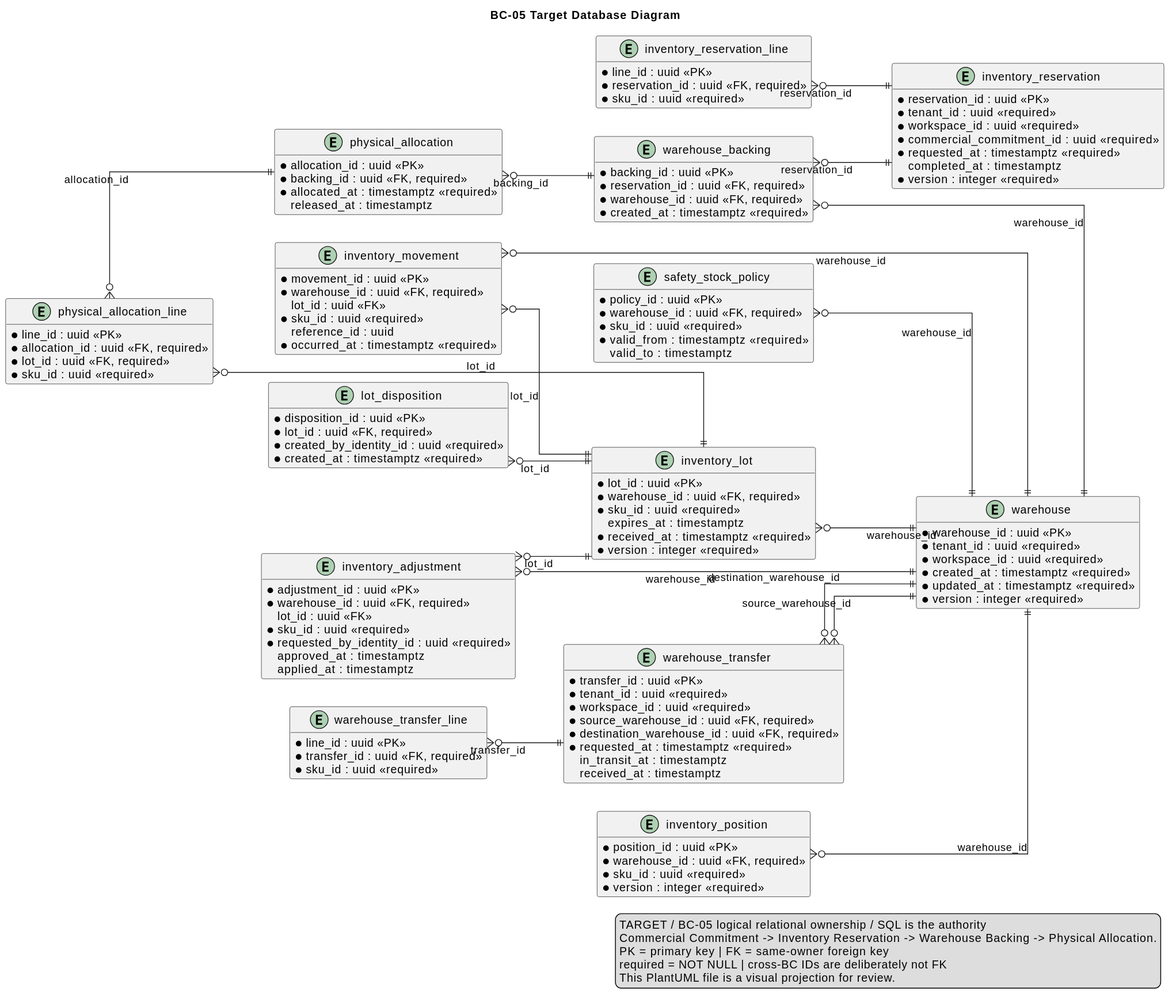
The PlantUML diagram report/assets/chapter-2/tactical/BC-05/database-diagram.svg in nexa-suite/mobile-report, before a commit.
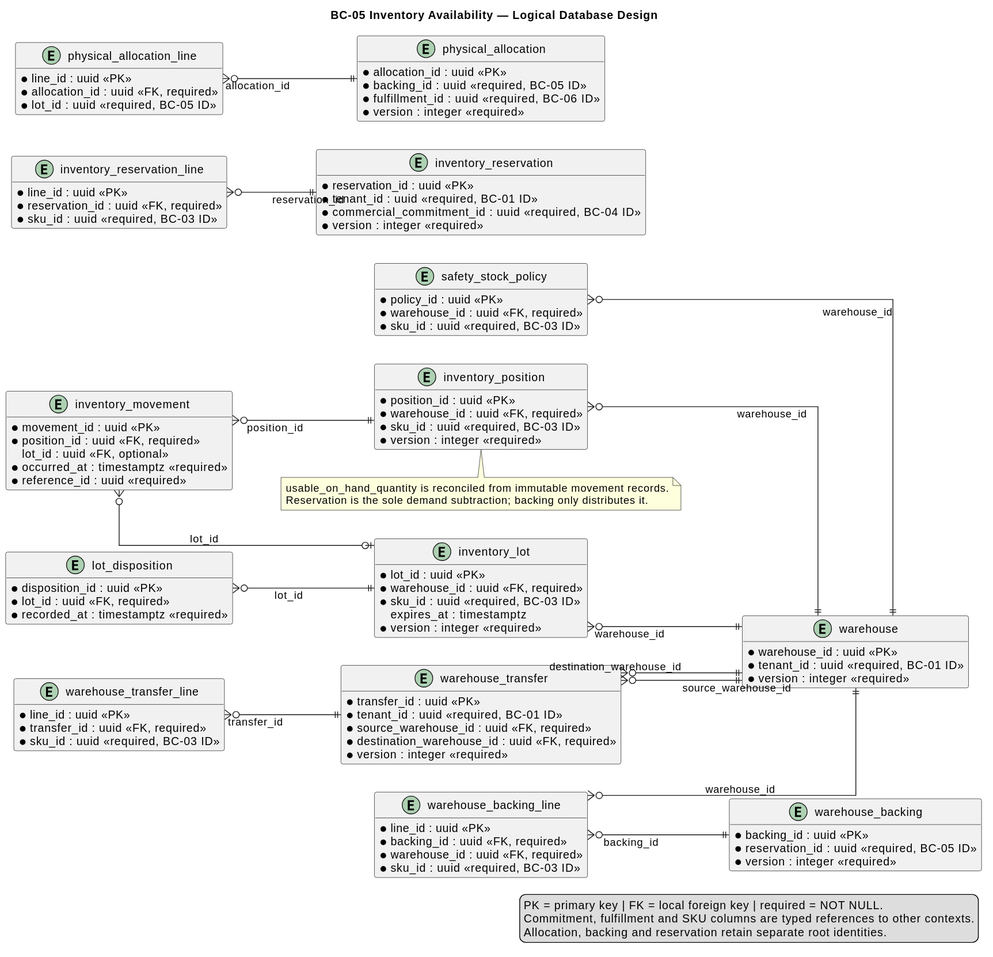
The same file after the commit.

Diff of the diagram source:
```diff
@@ -1,5 +1,5 @@
 @startuml
-title BC-05 Target Database Diagram
+title BC-05 Inventory Availability — Logical Database Design
 left to right direction
 hide methods
 skinparam shadowing false
@@ -10,174 +10,144 @@
   FontColor #0F172A
 }
 
-entity "warehouse" as t_warehouse {
+entity "warehouse" as warehouse {
   * warehouse_id : uuid <<PK>>
-  * tenant_id : uuid <<required>>
-  * workspace_id : uuid <<required>>
-  * code : varchar(80) <<required>>
-  * name : varchar(160) <<required>>
+  * tenant_id : uuid <<required, BC-01 ID>>
+  * code : varchar(80) <<required, unique>>
   * status : varchar(32) <<required>>
-  * timezone : varchar(80) <<required>>
-  * created_at : timestamptz <<required>>
-  * updated_at : timestamptz <<required>>
   * version : integer <<required>>
 }
 
-entity "inventory_lot" as t_inventory_lot {
+entity "safety_stock_policy" as safety_stock_policy {
+  * policy_id : uuid <<PK>>
+  * warehouse_id : uuid <<FK, required>>
+  * sku_id : uuid <<required, BC-03 ID>>
+  * minimum_quantity : numeric(19,6) <<required>>
+}
+
+entity "inventory_position" as inventory_position {
+  * position_id : uuid <<PK>>
+  * warehouse_id : uuid <<FK, required>>
+  * sku_id : uuid <<required, BC-03 ID>>
+  * usable_on_hand_quantity : numeric(19,6) <<required>>
+  * active_reservation_quantity : numeric(19,6) <<required>>
+  * version : integer <<required>>
+    unique(warehouse_id, sku_id)
+}
+
+entity "inventory_movement" as inventory_movement {
+  * movement_id : uuid <<PK>>
+  * position_id : uuid <<FK, required>>
+    lot_id : uuid <<FK, optional>>
+  * kind : varchar(32) <<required>>
+  * quantity : numeric(19,6) <<required>>
+  * occurred_at : timestamptz <<required>>
+  * reference_type : varchar(80) <<required>>
+  * reference_id : uuid <<required>>
+}
+
+entity "inventory_lot" as inventory_lot {
   * lot_id : uuid <<PK>>
   * warehouse_id : uuid <<FK, required>>
-  * sku_id : uuid <<required>>
+  * sku_id : uuid <<required, BC-03 ID>>
   * lot_code : varchar(120) <<required>>
     expires_at : timestamptz
   * on_hand_quantity : numeric(19,6) <<required>>
-  * held_quantity : numeric(19,6) <<required>>
   * status : varchar(32) <<required>>
-  * received_at : timestamptz <<required>>
   * version : integer <<required>>
 }
 
-entity "inventory_position" as t_inventory_position {
-  * position_id : uuid <<PK>>
-  * warehouse_id : uuid <<FK, required>>
-  * sku_id : uuid <<required>>
-  * on_hand_quantity : numeric(19,6) <<required>>
-  * reserved_quantity : numeric(19,6) <<required>>
-  * held_quantity : numeric(19,6) <<required>>
-  * version : integer <<required>>
-}
-
-entity "inventory_movement" as t_inventory_movement {
-  * movement_id : uuid <<PK>>
-  * warehouse_id : uuid <<FK, required>>
-    lot_id : uuid <<FK>>
-  * sku_id : uuid <<required>>
-  * kind : varchar(32) <<required>>
-  * quantity : numeric(19,6) <<required>>
-    reference_type : varchar(80)
-    reference_id : uuid
-  * occurred_at : timestamptz <<required>>
-}
-
-entity "safety_stock_policy" as t_safety_stock_policy {
-  * policy_id : uuid <<PK>>
-  * warehouse_id : uuid <<FK, required>>
-  * sku_id : uuid <<required>>
-  * minimum_quantity : numeric(19,6) <<required>>
-  * valid_from : timestamptz <<required>>
-    valid_to : timestamptz
-}
-
-entity "inventory_reservation" as t_inventory_reservation {
-  * reservation_id : uuid <<PK>>
-  * tenant_id : uuid <<required>>
-  * workspace_id : uuid <<required>>
-  * commercial_commitment_id : uuid <<required>>
-  * status : varchar(32) <<required>>
-  * requested_at : timestamptz <<required>>
-    completed_at : timestamptz
-  * version : integer <<required>>
-}
-
-entity "inventory_reservation_line" as t_inventory_reservation_line {
-  * line_id : uuid <<PK>>
-  * reservation_id : uuid <<FK, required>>
-  * sku_id : uuid <<required>>
-  * requested_quantity : numeric(19,6) <<required>>
-  * reserved_quantity : numeric(19,6) <<required>>
-}
-
-entity "warehouse_backing" as t_warehouse_backing {
-  * backing_id : uuid <<PK>>
-  * reservation_id : uuid <<FK, required>>
-  * warehouse_id : uuid <<FK, required>>
-  * status : varchar(32) <<required>>
-  * backed_quantity : numeric(19,6) <<required>>
-  * created_at : timestamptz <<required>>
-}
-
-entity "physical_allocation" as t_physical_allocation {
-  * allocation_id : uuid <<PK>>
-  * backing_id : uuid <<FK, required>>
-  * status : varchar(32) <<required>>
-  * allocated_at : timestamptz <<required>>
-    released_at : timestamptz
-}
-
-entity "physical_allocation_line" as t_physical_allocation_line {
-  * line_id : uuid <<PK>>
-  * allocation_id : uuid <<FK, required>>
-  * lot_id : uuid <<FK, required>>
-  * sku_id : uuid <<required>>
-  * quantity : numeric(19,6) <<required>>
-  * consumed_quantity : numeric(19,6) <<required>>
-}
-
-entity "inventory_adjustment" as t_inventory_adjustment {
-  * adjustment_id : uuid <<PK>>
-  * warehouse_id : uuid <<FK, required>>
-    lot_id : uuid <<FK>>
-  * sku_id : uuid <<required>>
-  * quantity_delta : numeric(19,6) <<required>>
-  * reason : varchar(500) <<required>>
-  * status : varchar(32) <<required>>
-  * requested_by_identity_id : uuid <<required>>
-    approved_at : timestamptz
-    applied_at : timestamptz
-}
-
-entity "warehouse_transfer" as t_warehouse_transfer {
-  * transfer_id : uuid <<PK>>
-  * tenant_id : uuid <<required>>
-  * workspace_id : uuid <<required>>
-  * source_warehouse_id : uuid <<FK, required>>
-  * destination_warehouse_id : uuid <<FK, required>>
-  * status : varchar(32) <<required>>
-  * requested_at : timestamptz <<required>>
-    in_transit_at : timestamptz
-    received_at : timestamptz
-}
-
-entity "warehouse_transfer_line" as t_warehouse_transfer_line {
-  * line_id : uuid <<PK>>
-  * transfer_id : uuid <<FK, required>>
-  * sku_id : uuid <<required>>
-  * quantity : numeric(19,6) <<required>>
-  * received_quantity : numeric(19,6) <<required>>
-}
-
-entity "lot_disposition" as t_lot_disposition {
+entity "lot_disposition" as lot_disposition {
   * disposition_id : uuid <<PK>>
   * lot_id : uuid <<FK, required>>
   * kind : varchar(32) <<required>>
   * reason : varchar(500) <<required>>
-  * quantity : numeric(19,6) <<required>>
-  * created_by_identity_id : uuid <<required>>
-  * created_at : timestamptz <<required>>
+  * recorded_at : timestamptz <<required>>
 }
 
-t_inventory_lot }o--|| t_warehouse : warehouse_id
-t_inventory_position }o--|| t_warehouse : warehouse_id
-t_inventory_movement }o--|| t_warehouse : warehouse_id
-t_inventory_movement }o--|| t_inventory_lot : lot_id
-t_safety_stock_policy }o--|| t_warehouse : warehouse_id
-t_inventory_reservation_line }o--|| t_inventory_reservation : reservation_id
-t_warehouse_backing }o--|| t_inventory_reservation : reservation_id
-t_warehouse_backing }o--|| t_warehouse : warehouse_id
-t_physical_allocation }o--|| t_warehouse_backing : backing_id
-t_physical_allocation_line }o--|| t_physical_allocation : allocation_id
-t_physical_allocation_line }o--|| t_inventory_lot : lot_id
-t_inventory_adjustment }o--|| t_warehouse : warehouse_id
-t_inventory_adjustment }o--|| t_inventory_lot : lot_id
-t_warehouse_transfer }o--|| t_warehouse : source_warehouse_id
-t_warehouse_transfer }o--|| t_warehouse : destination_warehouse_id
-t_warehouse_transfer_line }o--|| t_warehouse_transfer : transfer_id
-t_lot_disposition }o--|| t_inventory_lot : lot_id
+entity "inventory_reservation" as inventory_reservation {
+  * reservation_id : uuid <<PK>>
+  * tenant_id : uuid <<required, BC-01 ID>>
+  * commercial_commitment_id : uuid <<required, BC-04 ID>>
+  * status : varchar(32) <<required>>
+  * version : integer <<required>>
+}
+
+entity "inventory_reservation_line" as inventory_reservation_line {
+  * line_id : uuid <<PK>>
+  * reservation_id : uuid <<FK, required>>
+  * sku_id : uuid <<required, BC-03 ID>>
+  * quantity : numeric(19,6) <<required>>
+}
+
+entity "warehouse_backing" as warehouse_backing {
+  * backing_id : uuid <<PK>>
+  * reservation_id : uuid <<required, BC-05 ID>>
+  * status : varchar(32) <<required>>
+  * version : integer <<required>>
+}
+
+entity "warehouse_backing_line" as warehouse_backing_line {
+  * line_id : uuid <<PK>>
+  * backing_id : uuid <<FK, required>>
+  * warehouse_id : uuid <<FK, required>>
+  * sku_id : uuid <<required, BC-03 ID>>
+  * quantity : numeric(19,6) <<required>>
+}
+
+entity "physical_allocation" as physical_allocation {
+  * allocation_id : uuid <<PK>>
+  * backing_id : uuid <<required, BC-05 ID>>
+  * fulfillment_id : uuid <<required, BC-06 ID>>
+  * status : varchar(32) <<required>>
+  * version : integer <<required>>
+}
+
+entity "physical_allocation_line" as physical_allocation_line {
+  * line_id : uuid <<PK>>
+  * allocation_id : uuid <<FK, required>>
+  * lot_id : uuid <<required, BC-05 ID>>
+  * quantity : numeric(19,6) <<required>>
+}
+
+entity "warehouse_transfer" as warehouse_transfer {
+  * transfer_id : uuid <<PK>>
+  * tenant_id : uuid <<required, BC-01 ID>>
+  * source_warehouse_id : uuid <<FK, required>>
+  * destination_warehouse_id : uuid <<FK, required>>
+  * status : varchar(32) <<required>>
+  * version : integer <<required>>
+}
+
+entity "warehouse_transfer_line" as warehouse_transfer_line {
+  * line_id : uuid <<PK>>
+  * transfer_id : uuid <<FK, required>>
+  * sku_id : uuid <<required, BC-03 ID>>
+  * quantity : numeric(19,6) <<required>>
+}
+
+safety_stock_policy }o--|| warehouse : warehouse_id
+inventory_position }o--|| warehouse : warehouse_id
+inventory_movement }o--|| inventory_position : position_id
+inventory_movement }o--o| inventory_lot : lot_id
+inventory_lot }o--|| warehouse : warehouse_id
+lot_disposition }o--|| inventory_lot : lot_id
+inventory_reservation_line }o--|| inventory_reservation : reservation_id
+warehouse_backing_line }o--|| warehouse_backing : backing_id
+warehouse_backing_line }o--|| warehouse : warehouse_id
+physical_allocation_line }o--|| physical_allocation : allocation_id
+warehouse_transfer }o--|| warehouse : source_warehouse_id
+warehouse_transfer }o--|| warehouse : destination_warehouse_id
+warehouse_transfer_line }o--|| warehouse_transfer : transfer_id
+
+note bottom of inventory_position
+usable_on_hand_quantity is reconciled from immutable movement records.
+Reservation is the sole demand subtraction; backing only distributes it.
+end note
 
 legend right
-TARGET / BC-05 logical relational ownership / SQL is the authority
-Commercial Commitment -> Inventory Reservation -> Warehouse Backing -> Physical Allocation.
-PK = primary key | FK = same-owner foreign key
-required = NOT NULL | cross-BC IDs are deliberately not FK
-This PlantUML file is a visual projection for review.
+PK = primary key | FK = local foreign key | required = NOT NULL.
+Commitment, fulfillment and SKU columns are typed references to other contexts.
+Allocation, backing and reservation retain separate root identities.
 endlegend
 @enduml
```
